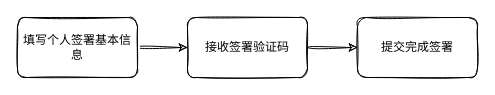
weijiang1994/draw-io keeps this draw.io diagram as 个人CLA签署流程.drawio. Above is the earlier version. Source tidied: cells renumbered, new cells numbered last; positions are measured from the earlier drawing's top-left corner, leaving out a move shared by most shapes. Both pictures are drawn from the tidied source at 100%, with x=0, y=0 at pixel (17, 17).
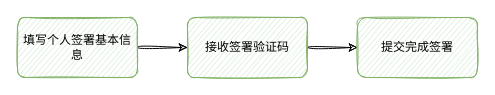
After the change.

Commit message:
更新个人CLA签署流程.drawio

The edit, as a diff of the source:
```diff
@@
 <mxGraphModel>
   <root>
     <mxCell id="0" />
     <mxCell id="1" parent="0" />
     <mxCell id="2" style="edgeStyle=orthogonalEdgeStyle;rounded=1;jettySize=auto;html=1;exitX=1;exitY=0.5;exitDx=0;exitDy=0;entryX=0;entryY=0.5;entryDx=0;entryDy=0;sketch=1;curved=1;" parent="1" edge="1" source="3" target="5">
       <mxGeometry relative="1" as="geometry" />
     </mxCell>
-    <mxCell id="3" value="填写个人签署基本信息" style="rounded=1;whiteSpace=wrap;html=1;sketch=1;" parent="1" vertex="1">
+    <mxCell id="3" value="填写个人签署基本信息" style="rounded=1;whiteSpace=wrap;html=1;sketch=1;strokeColor=#82B366;fillColor=#D5E8D4;" parent="1" vertex="1">
       <mxGeometry width="120" height="60" as="geometry" />
     </mxCell>
     <mxCell id="4" style="edgeStyle=orthogonalEdgeStyle;rounded=1;jettySize=auto;html=1;exitX=1;exitY=0.5;exitDx=0;exitDy=0;entryX=0;entryY=0.5;entryDx=0;entryDy=0;sketch=1;curved=1;" parent="1" edge="1" source="5" target="6">
       <mxGeometry relative="1" as="geometry" />
     </mxCell>
-    <mxCell id="5" value="接收签署验证码" style="rounded=1;whiteSpace=wrap;html=1;sketch=1;align=center;" parent="1" vertex="1">
+    <mxCell id="5" value="接收签署验证码" style="rounded=1;whiteSpace=wrap;html=1;sketch=1;align=center;fillColor=#D5E8D4;strokeColor=#82B366;" parent="1" vertex="1">
       <mxGeometry x="170" width="120" height="60" as="geometry" />
     </mxCell>
-    <mxCell id="6" value="提交完成签署" style="rounded=1;whiteSpace=wrap;html=1;sketch=1;" parent="1" vertex="1">
+    <mxCell id="6" value="提交完成签署" style="rounded=1;whiteSpace=wrap;html=1;sketch=1;fillColor=#D5E8D4;strokeColor=#82B366;" parent="1" vertex="1">
       <mxGeometry x="340" width="120" height="60" as="geometry" />
     </mxCell>
   </root>
 </mxGraphModel>
```
